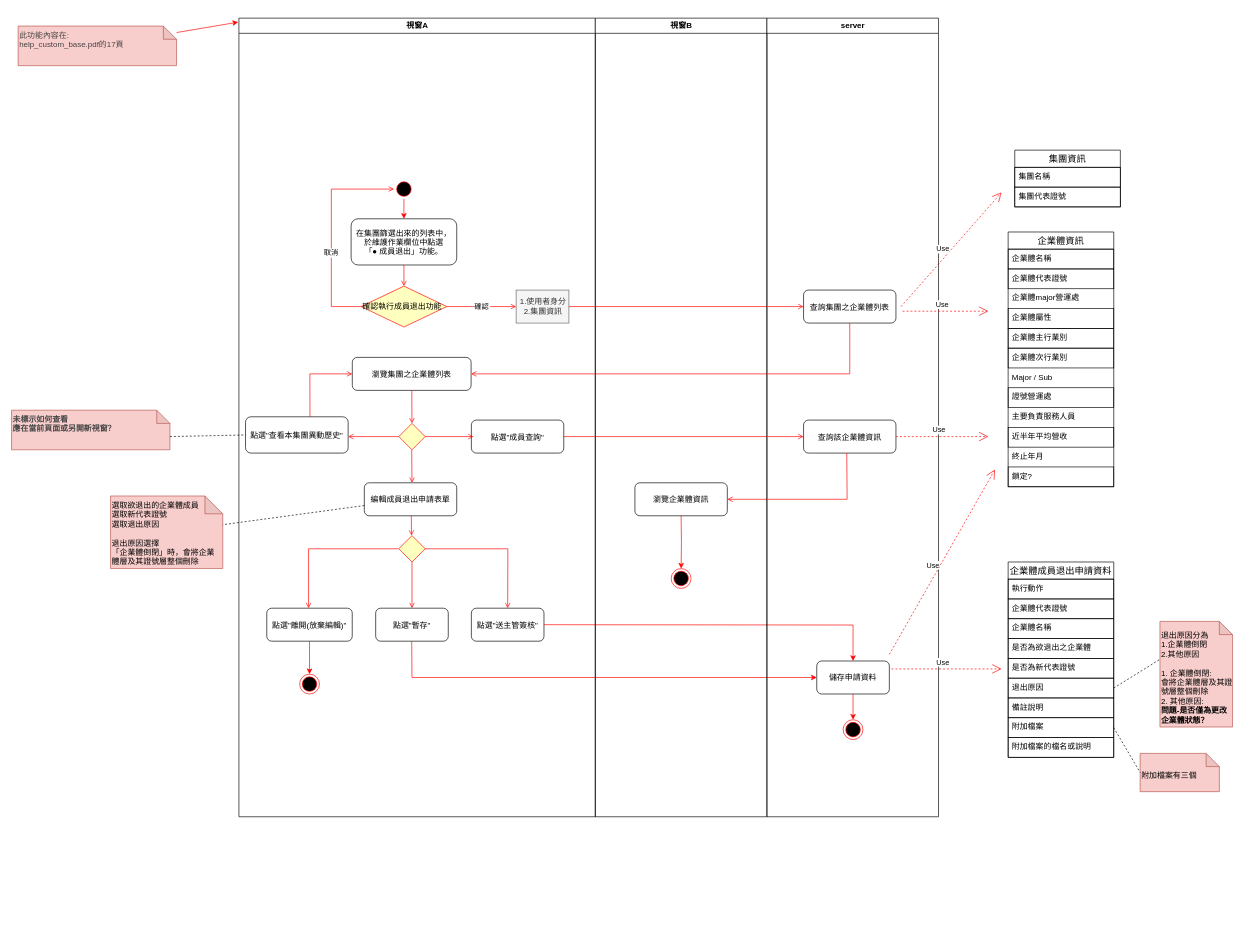
This is Untitled Diagram.drawio from Carolinekaku/first, a draw.io file, before an edit. Source tidied: cells renumbered, new cells numbered last; positions are measured from the earlier drawing's top-left corner, leaving out a move shared by most shapes. Both pictures are drawn from the tidied source at 66%, with x=0, y=0 at pixel (11, 18).
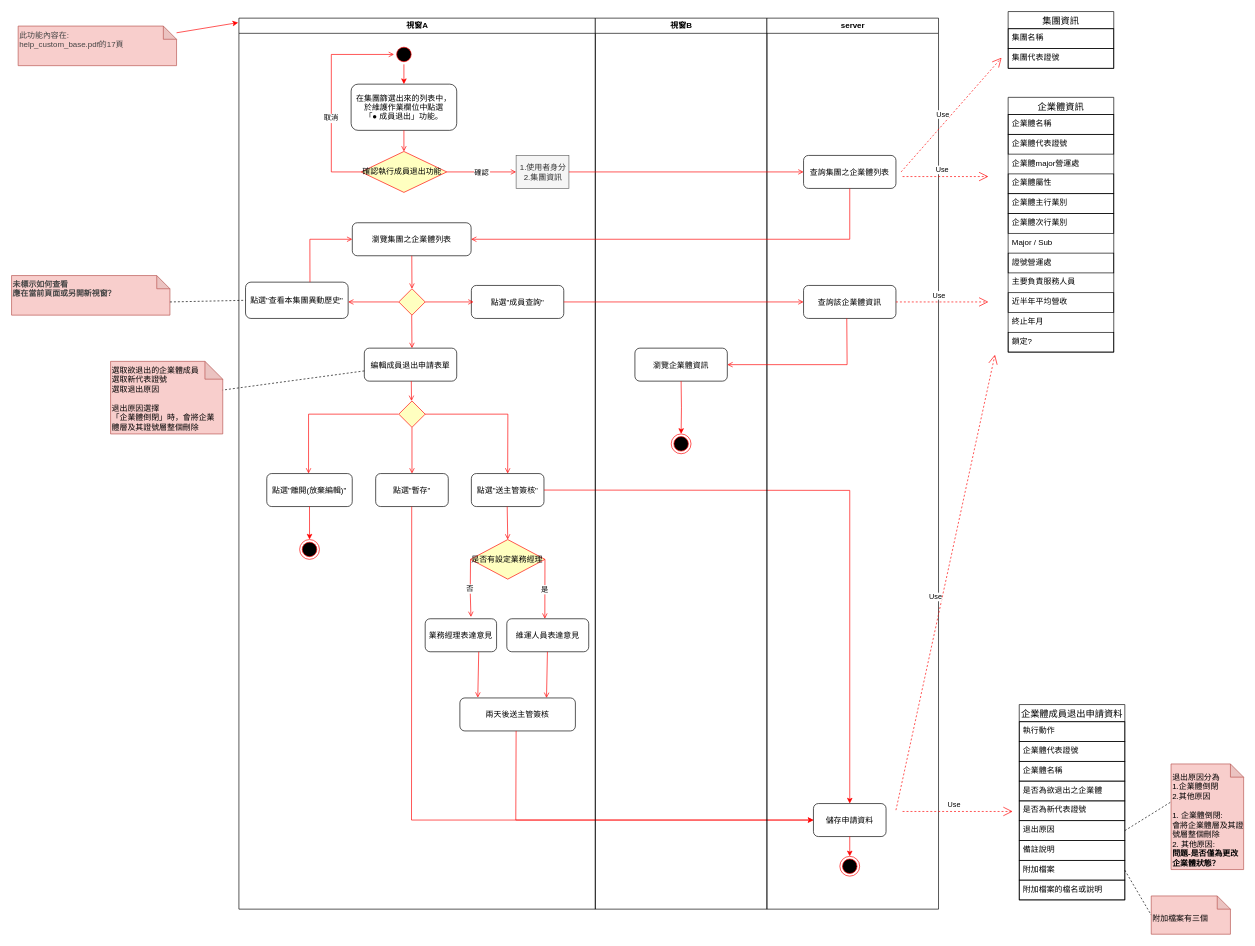
Above is the later version.

Unchanged cells that the change refers to:
```xml
<mxCell id="48" value="退出原因" style="text;fillColor=none;spacingLeft=4;spacingRight=4;overflow=hidden;points=[[0,0.5],[1,0.5]];portConstraint=eastwest;fontSize=12;strokeColor=#000000;" parent="42" vertex="1">
  <mxGeometry y="176" width="160" height="30" as="geometry" />
</mxCell>
```

What changed in the source:
```diff
@@
     <mxCell id="2" value="視窗A" style="swimlane;whiteSpace=wrap;" parent="1" vertex="1">
-      <mxGeometry x="344.5" width="540" height="1210" as="geometry" />
+      <mxGeometry x="344.5" width="540" height="1350" as="geometry" />
     </mxCell>
     <mxCell id="3" style="ellipse;shape=startState;fillColor=#000000;strokeColor=#ff0000;" parent="2" vertex="1">
-      <mxGeometry x="235" y="244" width="30" height="30" as="geometry" />
+      <mxGeometry x="235" y="40" width="30" height="30" as="geometry" />
     </mxCell>
     <mxCell id="4" value="在集團篩選出來的列表中，&#10;於維護作業欄位中點選&#10;「● 成員退出」功能。" style="rounded=1;" parent="2" vertex="1">
-      <mxGeometry x="170" y="304" width="160" height="70" as="geometry" />
+      <mxGeometry x="170" y="100" width="160" height="70" as="geometry" />
     </mxCell>
@@
     <mxCell id="7" style="rhombus;whiteSpace=wrap;html=1;fillColor=#ffffc0;strokeColor=#ff0000;rounded=0;align=left;" parent="2" vertex="1">
-      <mxGeometry x="242.2" y="614" width="40" height="40" as="geometry" />
+      <mxGeometry x="242.2" y="410" width="40" height="40" as="geometry" />
     </mxCell>
     <mxCell id="8" value="點選&quot;查看本集團異動歷史&quot;" style="rounded=1;" parent="2" vertex="1">
-      <mxGeometry x="10" y="604" width="155.5" height="55" as="geometry" />
+      <mxGeometry x="10" y="400" width="155.5" height="55" as="geometry" />
     </mxCell>
     <mxCell id="9" value="確認" style="endArrow=open;strokeColor=#FF0000;endFill=1;rounded=0;exitX=1;exitY=0.5;exitDx=0;exitDy=0;" parent="2" edge="1" source="25">
       <mxGeometry relative="1" as="geometry">
-        <mxPoint x="420" y="437" as="targetPoint" />
+        <mxPoint x="420" y="233" as="targetPoint" />
       </mxGeometry>
     </mxCell>
     <mxCell id="10" value="1.使用者身分&lt;br&gt;2.集團資訊" style="html=1;rounded=0;align=center;fillColor=#f5f5f5;strokeColor=#666666;fontColor=#333333;" parent="2" vertex="1">
-      <mxGeometry x="420" y="412" width="80" height="50" as="geometry" />
+      <mxGeometry x="420" y="208" width="80" height="50" as="geometry" />
     </mxCell>
     <mxCell id="11" value="瀏覽集團之企業體列表" style="rounded=1;" parent="2" vertex="1">
-      <mxGeometry x="171.8" y="514" width="180" height="50" as="geometry" />
+      <mxGeometry x="171.8" y="310" width="180" height="50" as="geometry" />
     </mxCell>
@@
     <mxCell id="13" style="endArrow=open;strokeColor=#FF0000;endFill=1;rounded=0;exitX=0;exitY=0.5;exitDx=0;exitDy=0;" parent="2" edge="1" source="7">
       <mxGeometry relative="1" as="geometry">
-        <mxPoint x="165.5" y="634" as="targetPoint" />
+        <mxPoint x="165.5" y="430" as="targetPoint" />
       </mxGeometry>
     </mxCell>
     <mxCell id="14" style="endArrow=open;strokeColor=#FF0000;endFill=1;rounded=0;exitX=0.628;exitY=0;exitDx=0;exitDy=0;entryX=0;entryY=0.5;entryDx=0;entryDy=0;exitPerimeter=0;" parent="2" edge="1" source="8" target="11">
       <mxGeometry relative="1" as="geometry">
         <Array as="points">
-          <mxPoint x="107.5" y="539" />
+          <mxPoint x="107.5" y="335" />
         </Array>
       </mxGeometry>
     </mxCell>
     <mxCell id="15" value="點選&quot;離開(放棄編輯)&quot;" style="rounded=1;" parent="2" vertex="1">
-      <mxGeometry x="42.2" y="894" width="129.5" height="50" as="geometry" />
+      <mxGeometry x="42.2" y="690" width="129.5" height="50" as="geometry" />
     </mxCell>
     <mxCell id="16" value="點選&quot;送主管簽核&quot;" style="rounded=1;" parent="2" vertex="1">
-      <mxGeometry x="352.2" y="894" width="110" height="50" as="geometry" />
+      <mxGeometry x="352.2" y="690" width="110" height="50" as="geometry" />
     </mxCell>
     <mxCell id="17" value="點選&quot;暫存&quot;" style="rounded=1;" parent="2" vertex="1">
-      <mxGeometry x="207.2" y="894" width="110" height="50" as="geometry" />
+      <mxGeometry x="207.2" y="690" width="110" height="50" as="geometry" />
     </mxCell>
     <mxCell id="18" style="ellipse;html=1;shape=endState;fillColor=#000000;strokeColor=#ff0000;align=center;" parent="2" vertex="1">
-      <mxGeometry x="92" y="994" width="30" height="30" as="geometry" />
+      <mxGeometry x="92" y="790" width="30" height="30" as="geometry" />
     </mxCell>
@@
-    <mxCell id="20" value="儲存申請資料" style="rounded=1;" parent="2" vertex="1">
-      <mxGeometry x="875.5" y="974" width="110" height="50" as="geometry" />
-    </mxCell>
-    <mxCell id="21" style="ellipse;html=1;shape=endState;fillColor=#000000;strokeColor=#ff0000;align=center;" parent="2" vertex="1">
-      <mxGeometry x="915.5" y="1063" width="30" height="30" as="geometry" />
-    </mxCell>
-    <mxCell id="22" style="edgeStyle=none;rounded=0;jettySize=auto;html=1;exitX=0.5;exitY=1;exitDx=0;exitDy=0;endArrow=classic;endFill=1;strokeColor=#FF0000;" parent="2" edge="1" source="20" target="21">
-      <mxGeometry relative="1" as="geometry" />
-    </mxCell>
     <mxCell id="23" style="edgeStyle=none;rounded=0;jettySize=auto;html=1;exitX=0.5;exitY=1;exitDx=0;exitDy=0;endArrow=classic;endFill=1;strokeColor=#FF0000;entryX=0;entryY=0.5;entryDx=0;entryDy=0;" parent="2" edge="1" target="20">
       <mxGeometry relative="1" as="geometry">
-        <mxPoint x="261.8" y="944" as="sourcePoint" />
+        <mxPoint x="261.8" y="740" as="sourcePoint" />
         <Array as="points">
-          <mxPoint x="262.2" y="999" />
+          <mxPoint x="261.5" y="1215" />
         </Array>
       </mxGeometry>
     </mxCell>
     <mxCell id="24" style="edgeStyle=orthogonalEdgeStyle;rounded=0;jettySize=auto;html=1;exitX=1;exitY=0.5;exitDx=0;exitDy=0;entryX=0.5;entryY=0;entryDx=0;entryDy=0;endArrow=classic;endFill=1;strokeColor=#FF0000;" parent="2" edge="1" target="20">
       <mxGeometry relative="1" as="geometry">
-        <mxPoint x="462.2" y="919" as="sourcePoint" />
+        <mxPoint x="462.2" y="715" as="sourcePoint" />
       </mxGeometry>
     </mxCell>
     <mxCell id="25" value="確認執行成員退出功能" style="rhombus;whiteSpace=wrap;html=1;fillColor=#ffffc0;strokeColor=#ff0000;rounded=0;align=left;" parent="2" vertex="1">
-      <mxGeometry x="185" y="406" width="130" height="62" as="geometry" />
+      <mxGeometry x="185" y="202" width="130" height="62" as="geometry" />
     </mxCell>
     <mxCell id="26" value="取消" style="endArrow=open;strokeColor=#FF0000;endFill=1;rounded=0;exitX=0;exitY=0.5;exitDx=0;exitDy=0;entryX=0;entryY=0.5;entryDx=0;entryDy=0;" parent="2" edge="1" source="25" target="3">
       <mxGeometry x="-0.2" relative="1" as="geometry">
         <Array as="points">
-          <mxPoint x="140" y="437" />
-          <mxPoint x="140" y="259" />
+          <mxPoint x="140" y="233" />
+          <mxPoint x="140" y="55" />
         </Array>
       </mxGeometry>
     </mxCell>
     <mxCell id="27" value="點選&quot;成員查詢&quot;" style="rounded=1;" parent="2" vertex="1">
-      <mxGeometry x="352.2" y="609" width="140" height="50" as="geometry" />
+      <mxGeometry x="352.2" y="405" width="140" height="50" as="geometry" />
     </mxCell>
     <mxCell id="28" style="endArrow=open;strokeColor=#FF0000;endFill=1;rounded=0;exitX=1;exitY=0.5;exitDx=0;exitDy=0;" parent="2" edge="1" source="7">
       <mxGeometry relative="1" as="geometry">
-        <mxPoint x="355.5" y="634" as="targetPoint" />
+        <mxPoint x="355.5" y="430" as="targetPoint" />
       </mxGeometry>
     </mxCell>
@@
     <mxCell id="30" style="endArrow=open;strokeColor=#FF0000;endFill=1;rounded=0;entryX=0.5;entryY=0;entryDx=0;entryDy=0;" parent="2" edge="1" target="16">
       <mxGeometry relative="1" as="geometry">
-        <mxPoint x="281.8" y="804" as="sourcePoint" />
+        <mxPoint x="281.8" y="600" as="sourcePoint" />
         <Array as="points">
-          <mxPoint x="407.5" y="804" />
+          <mxPoint x="407.5" y="600" />
         </Array>
       </mxGeometry>
     </mxCell>
     <mxCell id="31" style="rhombus;whiteSpace=wrap;html=1;fillColor=#ffffc0;strokeColor=#ff0000;rounded=0;align=left;" parent="2" vertex="1">
-      <mxGeometry x="242.2" y="784" width="40" height="40" as="geometry" />
+      <mxGeometry x="242.2" y="580" width="40" height="40" as="geometry" />
     </mxCell>
     <mxCell id="32" style="endArrow=open;strokeColor=#FF0000;endFill=1;rounded=0;exitX=1;exitY=0.5;exitDx=0;exitDy=0;" parent="2" edge="1">
       <mxGeometry relative="1" as="geometry">
-        <mxPoint x="261.8" y="654" as="sourcePoint" />
-        <mxPoint x="262.2" y="704" as="targetPoint" />
+        <mxPoint x="261.8" y="450" as="sourcePoint" />
+        <mxPoint x="262.2" y="500" as="targetPoint" />
       </mxGeometry>
     </mxCell>
     <mxCell id="33" value="編輯成員退出申請表單" style="rounded=1;" parent="2" vertex="1">
-      <mxGeometry x="190" y="704" width="140" height="50" as="geometry" />
+      <mxGeometry x="190" y="500" width="140" height="50" as="geometry" />
     </mxCell>
     <mxCell id="34" style="endArrow=open;strokeColor=#FF0000;endFill=1;rounded=0;exitX=1;exitY=0.5;exitDx=0;exitDy=0;" parent="2" edge="1">
       <mxGeometry relative="1" as="geometry">
-        <mxPoint x="261.2" y="754" as="sourcePoint" />
-        <mxPoint x="261.5" y="784" as="targetPoint" />
+        <mxPoint x="261.2" y="550" as="sourcePoint" />
+        <mxPoint x="261.5" y="580" as="targetPoint" />
       </mxGeometry>
     </mxCell>
+    <mxCell id="88" value="是否有設定業務經理" style="rhombus;whiteSpace=wrap;html=1;fillColor=#ffffc0;strokeColor=#ff0000;rounded=0;align=left;" parent="2" vertex="1">
+      <mxGeometry x="350.9" y="790" width="112.8" height="60" as="geometry" />
+    </mxCell>
+    <mxCell id="89" value="維運人員表達意見" style="rounded=1;" parent="2" vertex="1">
+      <mxGeometry x="405.9" y="910" width="124.1" height="50" as="geometry" />
+    </mxCell>
+    <mxCell id="90" value="業務經理表達意見" style="rounded=1;" parent="2" vertex="1">
+      <mxGeometry x="282.2" y="910" width="108.2" height="50" as="geometry" />
+    </mxCell>
+    <mxCell id="91" style="endArrow=open;strokeColor=#FF0000;endFill=1;rounded=0;entryX=0.5;entryY=0;entryDx=0;entryDy=0;" parent="2" edge="1" target="88">
+      <mxGeometry relative="1" as="geometry">
+        <mxPoint x="406.5" y="740" as="sourcePoint" />
+      </mxGeometry>
+    </mxCell>
+    <mxCell id="92" value="否" style="endArrow=open;strokeColor=#FF0000;endFill=1;rounded=0;entryX=0.641;entryY=-0.054;entryDx=0;entryDy=0;exitX=0;exitY=0.5;exitDx=0;exitDy=0;entryPerimeter=0;" parent="2" edge="1" source="88" target="90">
+      <mxGeometry relative="1" as="geometry">
+        <Array as="points">
+          <mxPoint x="350.5" y="870" />
+        </Array>
+      </mxGeometry>
+    </mxCell>
+    <mxCell id="93" value="是" style="endArrow=open;strokeColor=#FF0000;endFill=1;rounded=0;exitX=1;exitY=0.5;exitDx=0;exitDy=0;" parent="2" edge="1" source="88">
+      <mxGeometry relative="1" as="geometry">
+        <mxPoint x="463.5" y="910" as="targetPoint" />
+      </mxGeometry>
+    </mxCell>
+    <mxCell id="94" style="endArrow=open;strokeColor=#FF0000;endFill=1;rounded=0;entryX=0.155;entryY=-0.009;entryDx=0;entryDy=0;entryPerimeter=0;exitX=0.75;exitY=1;exitDx=0;exitDy=0;" parent="2" edge="1" source="90" target="95">
+      <mxGeometry relative="1" as="geometry" />
+    </mxCell>
+    <mxCell id="95" value="兩天後送主管簽核" style="rounded=1;" parent="2" vertex="1">
+      <mxGeometry x="334.8" y="1030" width="175" height="50" as="geometry" />
+    </mxCell>
+    <mxCell id="96" style="endArrow=open;strokeColor=#FF0000;endFill=1;rounded=0;entryX=0.75;entryY=0;entryDx=0;entryDy=0;" parent="2" edge="1" source="89" target="95">
+      <mxGeometry relative="1" as="geometry" />
+    </mxCell>
+    <mxCell id="97" style="endArrow=open;strokeColor=#FF0000;endFill=1;rounded=0;" parent="2" edge="1" target="20">
+      <mxGeometry relative="1" as="geometry">
+        <mxPoint x="420" y="1080" as="sourcePoint" />
+        <Array as="points">
+          <mxPoint x="419.5" y="1215" />
+        </Array>
+      </mxGeometry>
+    </mxCell>
     <mxCell id="35" value="視窗B" style="swimlane;whiteSpace=wrap;" parent="1" vertex="1">
-      <mxGeometry x="884.5" width="260" height="1210" as="geometry" />
+      <mxGeometry x="884.5" width="260" height="1350" as="geometry" />
     </mxCell>
     <mxCell id="36" value="瀏覽企業體資訊" style="rounded=1;" parent="35" vertex="1">
-      <mxGeometry x="60" y="704" width="140" height="50" as="geometry" />
+      <mxGeometry x="60" y="500" width="140" height="50" as="geometry" />
     </mxCell>
     <mxCell id="37" style="ellipse;html=1;shape=endState;fillColor=#000000;strokeColor=#ff0000;align=center;" parent="35" vertex="1">
-      <mxGeometry x="115" y="834" width="30" height="30" as="geometry" />
+      <mxGeometry x="115" y="630" width="30" height="30" as="geometry" />
     </mxCell>
     <mxCell id="38" style="edgeStyle=orthogonalEdgeStyle;rounded=0;jettySize=auto;html=1;exitX=0.5;exitY=1;exitDx=0;exitDy=0;endArrow=classic;endFill=1;strokeColor=#FF0000;" parent="35" edge="1" target="37">
       <mxGeometry relative="1" as="geometry">
-        <mxPoint x="130" y="754" as="sourcePoint" />
+        <mxPoint x="130" y="550" as="sourcePoint" />
       </mxGeometry>
     </mxCell>
     <mxCell id="39" value="&lt;font&gt;附加檔案有三個&lt;br&gt;&lt;/font&gt;&lt;div&gt;&lt;br&gt;&lt;/div&gt;" style="shape=note;whiteSpace=wrap;html=1;backgroundOutline=1;darkOpacity=0.05;rounded=1;size=20;fillColor=#f8cecc;strokeColor=#b85450;align=left;verticalAlign=bottom;" parent="1" vertex="1">
-      <mxGeometry x="1710" y="1114" width="120" height="58" as="geometry" />
+      <mxGeometry x="1726.8" y="1330" width="120" height="58" as="geometry" />
     </mxCell>
@@
     <mxCell id="42" value="企業體成員退出申請資料" style="swimlane;fontStyle=0;horizontal=1;startSize=26;align=center;fontSize=14;" parent="1" vertex="1">
-      <mxGeometry x="1510" y="824" width="160" height="296" as="geometry" />
+      <mxGeometry x="1526.8" y="1040" width="160" height="296" as="geometry" />
     </mxCell>
@@
     <mxCell id="52" value="server" style="swimlane;whiteSpace=wrap;" parent="1" vertex="1">
-      <mxGeometry x="1144.5" width="260" height="1210" as="geometry" />
+      <mxGeometry x="1144.5" width="260" height="1350" as="geometry" />
     </mxCell>
     <mxCell id="53" value="查詢集團之企業體列表" style="rounded=1;" parent="52" vertex="1">
-      <mxGeometry x="55.5" y="412" width="140" height="50" as="geometry" />
+      <mxGeometry x="55.5" y="208" width="140" height="50" as="geometry" />
     </mxCell>
     <mxCell id="54" value="查詢該企業體資訊" style="rounded=1;" parent="52" vertex="1">
-      <mxGeometry x="55.5" y="609" width="140" height="50" as="geometry" />
+      <mxGeometry x="55.5" y="405" width="140" height="50" as="geometry" />
     </mxCell>
     <mxCell id="55" style="endArrow=open;strokeColor=#FF0000;endFill=1;rounded=0;entryX=1;entryY=0.5;entryDx=0;entryDy=0;" parent="52" edge="1" target="36">
       <mxGeometry relative="1" as="geometry">
-        <mxPoint x="121" y="659" as="sourcePoint" />
+        <mxPoint x="121" y="455" as="sourcePoint" />
         <Array as="points">
-          <mxPoint x="121.5" y="729" />
+          <mxPoint x="121.5" y="525" />
         </Array>
       </mxGeometry>
     </mxCell>
+    <mxCell id="20" value="儲存申請資料" style="rounded=1;" parent="52" vertex="1">
+      <mxGeometry x="70.5" y="1190" width="110" height="50" as="geometry" />
+    </mxCell>
+    <mxCell id="22" style="edgeStyle=none;rounded=0;jettySize=auto;html=1;exitX=0.5;exitY=1;exitDx=0;exitDy=0;endArrow=classic;endFill=1;strokeColor=#FF0000;" parent="52" edge="1" source="20">
+      <mxGeometry relative="1" as="geometry">
+        <mxPoint x="125.5" y="1270" as="targetPoint" />
+      </mxGeometry>
+    </mxCell>
+    <mxCell id="98" style="ellipse;html=1;shape=endState;fillColor=#000000;strokeColor=#ff0000;align=center;" parent="52" vertex="1">
+      <mxGeometry x="110.5" y="1270" width="30" height="30" as="geometry" />
+    </mxCell>
@@
     <mxCell id="57" style="endArrow=open;strokeColor=#FF0000;endFill=1;rounded=0;entryX=1;entryY=0.5;entryDx=0;entryDy=0;" parent="1" edge="1" source="53" target="11">
       <mxGeometry relative="1" as="geometry">
         <Array as="points">
-          <mxPoint x="1270" y="539" />
+          <mxPoint x="1270" y="335" />
         </Array>
       </mxGeometry>
     </mxCell>
@@
     <mxCell id="59" value="&lt;font style=&quot;font-size: 12px&quot;&gt;&lt;span style=&quot;color: rgb(68 , 68 , 68)&quot;&gt;&lt;b&gt;未標示如何查看&lt;br&gt;應在當前頁面或另開新視窗？&lt;/b&gt;&lt;br&gt;&lt;/span&gt;&lt;/font&gt;" style="shape=note;whiteSpace=wrap;html=1;backgroundOutline=1;darkOpacity=0.05;rounded=1;size=20;fillColor=#f8cecc;strokeColor=#b85450;align=left;verticalAlign=top;" parent="1" vertex="1">
-      <mxGeometry y="594" width="240" height="60" as="geometry" />
+      <mxGeometry y="390" width="240" height="60" as="geometry" />
     </mxCell>
@@
     <mxCell id="61" style="endArrow=open;strokeColor=#FF0000;endFill=1;rounded=0;" parent="1" edge="1">
       <mxGeometry relative="1" as="geometry">
-        <mxPoint x="586.2" y="804" as="sourcePoint" />
-        <mxPoint x="450" y="894" as="targetPoint" />
+        <mxPoint x="586.2" y="600" as="sourcePoint" />
+        <mxPoint x="450" y="690" as="targetPoint" />
         <Array as="points">
-          <mxPoint x="450" y="804" />
+          <mxPoint x="450" y="600" />
         </Array>
       </mxGeometry>
     </mxCell>
@@
     <mxCell id="63" value="集團資訊" style="swimlane;fontStyle=0;horizontal=1;startSize=26;align=center;fontSize=14;" parent="1" vertex="1">
-      <mxGeometry x="1520" y="200" width="160" height="86" as="geometry" />
+      <mxGeometry x="1510" y="-10" width="160" height="86" as="geometry" />
     </mxCell>
@@
     <mxCell id="66" value="Use" style="endArrow=open;endSize=12;dashed=1;html=1;strokeColor=#FF0000;exitX=1;exitY=0.5;exitDx=0;exitDy=0;" parent="1" edge="1">
       <mxGeometry x="-0.07" y="10" relative="1" as="geometry">
-        <mxPoint x="1347.8" y="437" as="sourcePoint" />
-        <mxPoint x="1500" y="264" as="targetPoint" />
+        <mxPoint x="1347.8" y="233" as="sourcePoint" />
+        <mxPoint x="1500" y="60" as="targetPoint" />
       </mxGeometry>
     </mxCell>
     <mxCell id="67" value="企業體資訊" style="swimlane;fontStyle=0;horizontal=1;startSize=26;align=center;fontSize=14;rounded=0;swimlaneFillColor=#ffffff;shadow=0;sketch=0;glass=0;labelBackgroundColor=none;labelBorderColor=none;" parent="1" vertex="1">
-      <mxGeometry x="1510" y="324" width="160" height="386" as="geometry" />
+      <mxGeometry x="1510" y="120" width="160" height="386" as="geometry" />
     </mxCell>
@@
     <mxCell id="80" value="Use" style="endArrow=open;endSize=12;dashed=1;html=1;strokeColor=#FF0000;" parent="1" edge="1">
       <mxGeometry x="-0.07" y="10" relative="1" as="geometry">
-        <mxPoint x="1350" y="444" as="sourcePoint" />
-        <mxPoint x="1480" y="444" as="targetPoint" />
+        <mxPoint x="1350" y="240" as="sourcePoint" />
+        <mxPoint x="1480" y="240" as="targetPoint" />
       </mxGeometry>
     </mxCell>
     <mxCell id="81" value="Use" style="endArrow=open;endSize=12;dashed=1;html=1;strokeColor=#FF0000;" parent="1" edge="1">
       <mxGeometry x="-0.07" y="10" relative="1" as="geometry">
-        <mxPoint x="1333.2" y="986" as="sourcePoint" />
-        <mxPoint x="1500" y="986" as="targetPoint" />
+        <mxPoint x="1350" y="1202" as="sourcePoint" />
+        <mxPoint x="1516.8" y="1202" as="targetPoint" />
       </mxGeometry>
     </mxCell>
-    <mxCell id="82" value="Use" style="endArrow=open;endSize=12;dashed=1;html=1;strokeColor=#FF0000;" parent="1" edge="1">
-      <mxGeometry x="-0.07" y="10" relative="1" as="geometry">
-        <mxPoint x="1330" y="964" as="sourcePoint" />
-        <mxPoint x="1490" y="684" as="targetPoint" />
-      </mxGeometry>
-    </mxCell>
     <mxCell id="83" value="Use" style="endArrow=open;endSize=12;dashed=1;html=1;strokeColor=#FF0000;exitX=1;exitY=0.5;exitDx=0;exitDy=0;" parent="1" edge="1" source="54">
       <mxGeometry x="-0.07" y="10" relative="1" as="geometry">
-        <mxPoint x="1480" y="634" as="targetPoint" />
+        <mxPoint x="1480" y="430" as="targetPoint" />
       </mxGeometry>
     </mxCell>
     <mxCell id="84" value="&lt;font&gt;&lt;div&gt;選取欲退出的企業體成員&lt;/div&gt;&lt;div&gt;選取新代表證號&lt;/div&gt;&lt;div&gt;選取退出原因&lt;/div&gt;&lt;div&gt;&lt;span&gt;&lt;br&gt;&lt;/span&gt;&lt;/div&gt;&lt;div&gt;&lt;span&gt;退出原因選擇&lt;/span&gt;&lt;/div&gt;&lt;div&gt;&lt;span&gt;「企業體倒閉」&lt;/span&gt;&lt;span&gt;時，會將企業體&lt;/span&gt;&lt;span&gt;層及其證號層&lt;/span&gt;&lt;span&gt;整個刪除&lt;/span&gt;&lt;/div&gt;&lt;/font&gt;" style="shape=note;whiteSpace=wrap;html=1;backgroundOutline=1;darkOpacity=0.05;rounded=1;size=27;fillColor=#f8cecc;strokeColor=#b85450;align=left;verticalAlign=top;horizontal=1;" parent="1" vertex="1">
-      <mxGeometry x="150" y="724" width="170" height="110" as="geometry" />
+      <mxGeometry x="150" y="520" width="170" height="110" as="geometry" />
     </mxCell>
@@
     <mxCell id="86" value="退出原因分為&lt;br&gt;1.企業體倒閉&lt;br&gt;2.其他原因&lt;br&gt;&lt;br&gt;1. 企業體倒閉:&lt;br&gt;會將企業體層及其證號層整個刪除&lt;br&gt;2. 其他原因:&lt;br&gt;&lt;b&gt;問題-是否僅為更改企業體狀態？&lt;/b&gt;" style="shape=note;whiteSpace=wrap;html=1;backgroundOutline=1;darkOpacity=0.05;rounded=1;size=20;fillColor=#f8cecc;strokeColor=#b85450;align=left;verticalAlign=bottom;" parent="1" vertex="1">
-      <mxGeometry x="1740" y="914" width="110" height="160" as="geometry" />
+      <mxGeometry x="1756.8" y="1130" width="110" height="160" as="geometry" />
     </mxCell>
     <mxCell id="87" style="endArrow=none;dashed=1;html=1;entryX=0;entryY=0.5;entryDx=0;entryDy=0;entryPerimeter=0;exitX=1;exitY=0.5;exitDx=0;exitDy=0;" parent="1" edge="1" source="48">
       <mxGeometry relative="1" as="geometry">
-        <mxPoint x="1740" y="971.5" as="targetPoint" />
+        <mxPoint x="1756.8" y="1187.5" as="targetPoint" />
       </mxGeometry>
     </mxCell>
+    <mxCell id="82" value="Use" style="endArrow=open;endSize=12;dashed=1;html=1;strokeColor=#FF0000;" parent="1" edge="1">
+      <mxGeometry x="-0.07" y="10" relative="1" as="geometry">
+        <mxPoint x="1340" y="1200" as="sourcePoint" />
+        <mxPoint x="1490" y="510" as="targetPoint" />
+      </mxGeometry>
+    </mxCell>
```
